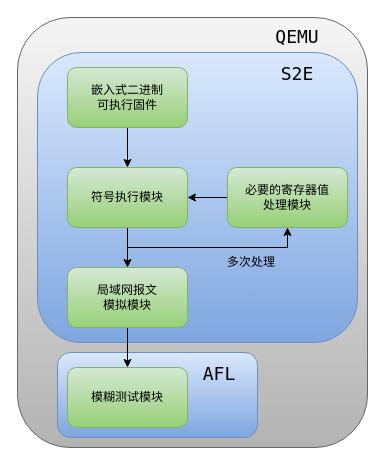
Above: page "系统结构" (1 of 3) of DrawIO/BSThesis.drawio in dingiso/TEST_For_Everything (draw.io), before the change. Source tidied: cells renumbered, new cells numbered last; positions are measured from the earlier drawing's top-left corner, leaving out a move shared by most shapes. Both pictures are drawn from the tidied source at 100%, with x=0, y=0 at pixel (17, 17).
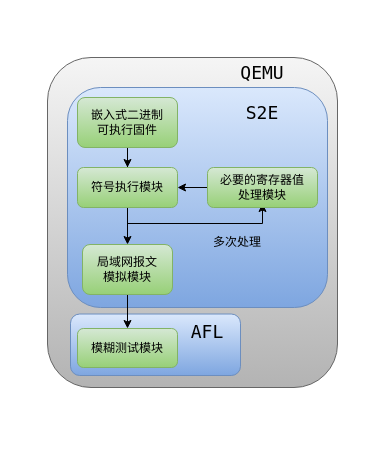
The same diagram, later.

What changed in the source:
```diff
@@
     <mxCell id="2" style="rounded=1;whiteSpace=wrap;html=1;fontFamily=Lucida Console;fillColor=#f5f5f5;gradientColor=#b3b3b3;strokeColor=#666666;" parent="1" vertex="1">
-      <mxGeometry width="350" height="430" as="geometry" />
+      <mxGeometry x="30" y="40" width="290" height="330" as="geometry" />
     </mxCell>
     <mxCell id="3" style="rounded=1;whiteSpace=wrap;html=1;strokeWidth=1;fontFamily=Lucida Console;fillColor=#dae8fc;gradientColor=#7ea6e0;strokeColor=#6c8ebf;" parent="1" vertex="1">
-      <mxGeometry x="20" y="35" width="320" height="290" as="geometry" />
+      <mxGeometry x="50" y="70" width="260" height="220" as="geometry" />
     </mxCell>
@@
     <mxCell id="5" value="&lt;div&gt;嵌入式二进制&lt;/div&gt;&lt;div&gt;可执行固件&lt;/div&gt;" style="rounded=1;whiteSpace=wrap;html=1;fontFamily=Lucida Console;fillColor=#d5e8d4;gradientColor=#97d077;strokeColor=#82b366;" parent="1" vertex="1">
-      <mxGeometry x="50" y="50" width="120" height="60" as="geometry" />
+      <mxGeometry x="60" y="80" width="100" height="50" as="geometry" />
     </mxCell>
@@
-    <mxCell id="7" style="edgeStyle=orthogonalEdgeStyle;rounded=0;jettySize=auto;html=1;entryX=0.5;entryY=1;entryDx=0;entryDy=0;fontFamily=Lucida Console;" parent="1" edge="1" source="8" target="10">
+    <mxCell id="7" style="edgeStyle=orthogonalEdgeStyle;rounded=0;orthogonalLoop=1;jettySize=auto;html=1;entryX=0.5;entryY=1;entryDx=0;entryDy=0;fontFamily=Lucida Console;" parent="1" edge="1">
       <mxGeometry relative="1" as="geometry">
+        <mxPoint x="110" y="186" as="sourcePoint" />
+        <mxPoint x="245" y="186" as="targetPoint" />
         <Array as="points">
-          <mxPoint x="110" y="230" />
-          <mxPoint x="270" y="230" />
+          <mxPoint x="110" y="206" />
+          <mxPoint x="245" y="206" />
         </Array>
       </mxGeometry>
     </mxCell>
     <mxCell id="8" value="符号执行模块" style="rounded=1;whiteSpace=wrap;html=1;fontFamily=Lucida Console;fillColor=#d5e8d4;gradientColor=#97d077;strokeColor=#82b366;" parent="1" vertex="1">
-      <mxGeometry x="50" y="150" width="120" height="60" as="geometry" />
+      <mxGeometry x="60" y="150" width="100" height="40" as="geometry" />
     </mxCell>
@@
     <mxCell id="10" value="&lt;div&gt;必要的寄存器值&lt;/div&gt;&lt;div&gt;处理模块&lt;/div&gt;" style="rounded=1;whiteSpace=wrap;html=1;fontFamily=Lucida Console;fillColor=#d5e8d4;gradientColor=#97d077;strokeColor=#82b366;" parent="1" vertex="1">
-      <mxGeometry x="210" y="150" width="120" height="60" as="geometry" />
+      <mxGeometry x="190" y="150" width="110" height="40" as="geometry" />
     </mxCell>
     <mxCell id="11" style="rounded=1;whiteSpace=wrap;html=1;fontFamily=Lucida Console;fillColor=#dae8fc;gradientColor=#7ea6e0;strokeColor=#6c8ebf;" parent="1" vertex="1">
-      <mxGeometry x="40" y="335" width="200" height="85" as="geometry" />
+      <mxGeometry x="53" y="296.5" width="170" height="61.5" as="geometry" />
     </mxCell>
@@
     <mxCell id="13" value="&lt;div&gt;局域网报文&lt;/div&gt;&lt;div&gt;模拟模块&lt;/div&gt;" style="rounded=1;whiteSpace=wrap;html=1;fontFamily=Lucida Console;fillColor=#d5e8d4;gradientColor=#97d077;strokeColor=#82b366;" parent="1" vertex="1">
-      <mxGeometry x="50" y="250" width="120" height="60" as="geometry" />
+      <mxGeometry x="65" y="227" width="90" height="50" as="geometry" />
     </mxCell>
     <mxCell id="14" value="模糊测试模块" style="rounded=1;whiteSpace=wrap;html=1;fontFamily=Lucida Console;fillColor=#d5e8d4;gradientColor=#97d077;strokeColor=#82b366;" parent="1" vertex="1">
-      <mxGeometry x="50" y="350" width="120" height="60" as="geometry" />
+      <mxGeometry x="60" y="311" width="100" height="39" as="geometry" />
     </mxCell>
     <mxCell id="15" value="多次处理" style="text;html=1;strokeColor=none;fillColor=none;align=center;verticalAlign=middle;whiteSpace=wrap;rounded=0;fontFamily=Lucida Console;" parent="1" vertex="1">
-      <mxGeometry x="204" y="230" width="60" height="30" as="geometry" />
+      <mxGeometry x="190" y="210" width="60" height="30" as="geometry" />
     </mxCell>
     <mxCell id="16" value="QEMU" style="text;html=1;strokeColor=none;fillColor=none;align=center;verticalAlign=middle;whiteSpace=wrap;rounded=0;dashed=1;fontFamily=Lucida Console;fontSize=18;" parent="1" vertex="1">
-      <mxGeometry x="250" y="4" width="60" height="30" as="geometry" />
+      <mxGeometry x="215" y="40" width="60" height="30" as="geometry" />
     </mxCell>
     <mxCell id="17" value="S2E" style="text;html=1;strokeColor=none;fillColor=none;align=center;verticalAlign=middle;whiteSpace=wrap;rounded=0;dashed=1;fontFamily=Lucida Console;fontSize=18;" parent="1" vertex="1">
-      <mxGeometry x="250" y="41" width="60" height="30" as="geometry" />
+      <mxGeometry x="215" y="80" width="60" height="30" as="geometry" />
     </mxCell>
     <mxCell id="18" value="AFL" style="text;html=1;strokeColor=none;fillColor=none;align=center;verticalAlign=middle;whiteSpace=wrap;rounded=0;dashed=1;fontFamily=Lucida Console;fontSize=18;" parent="1" vertex="1">
-      <mxGeometry x="172" y="341" width="60" height="30" as="geometry" />
+      <mxGeometry x="160" y="298.5" width="60" height="31.5" as="geometry" />
     </mxCell>
```
